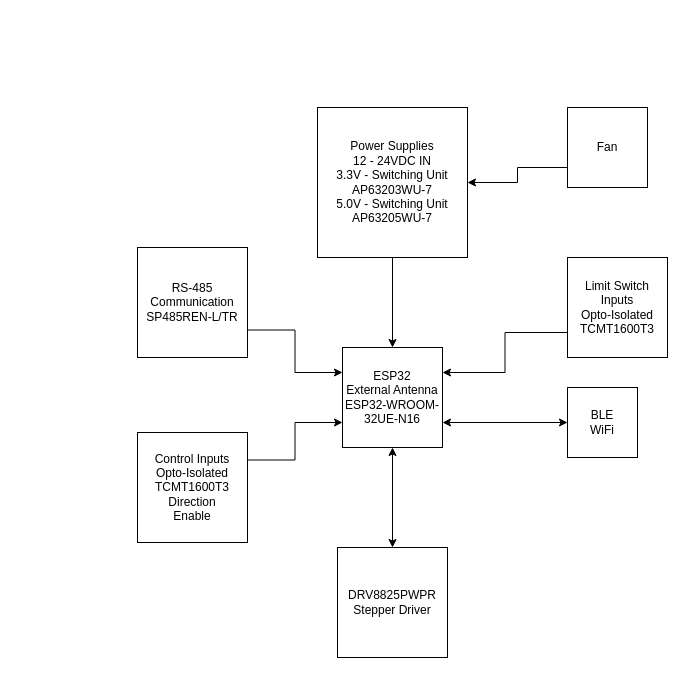
This is _Projects/P1012202501-ESP32_Stepper_Controller/ProjectDocuments/P1012202501 Operational Block Diagram.drawio from michaelshanedawson/TMF-QMS-TUTORIAL, a draw.io file, before an edit. Source tidied: cells renumbered, new cells numbered last; positions are measured from the earlier drawing's top-left corner, leaving out a move shared by most shapes. Both pictures are drawn from the tidied source at 100%, with x=0, y=0 at pixel (137, 107).
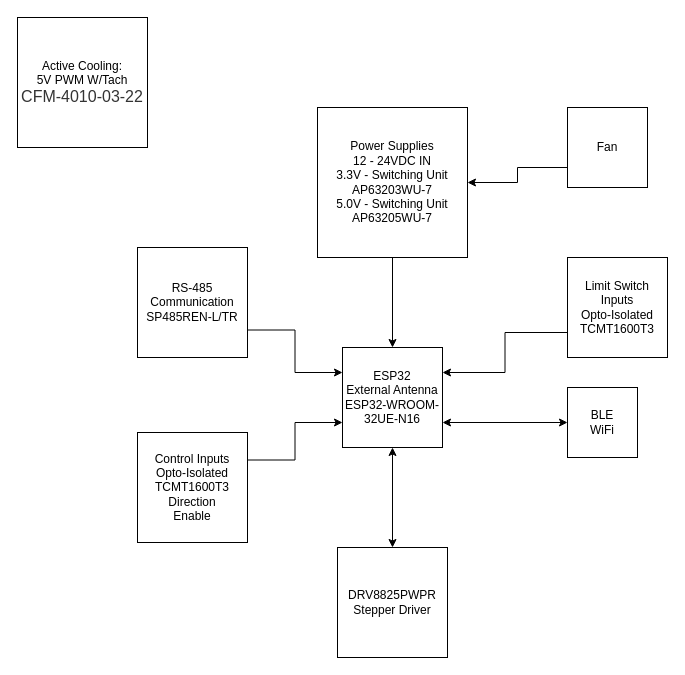
After the change.

The edit, as a diff of the source:
```diff
@@
 <mxGraphModel>
   <root>
     <mxCell id="0" />
     <mxCell id="1" parent="0" />
     <mxCell id="2" style="edgeStyle=orthogonalEdgeStyle;rounded=0;jettySize=auto;html=1;exitX=1;exitY=0.75;exitDx=0;exitDy=0;entryX=0;entryY=0.5;entryDx=0;entryDy=0;startArrow=classic;startFill=1;" parent="1" edge="1" source="3" target="16">
       <mxGeometry relative="1" as="geometry" />
     </mxCell>
     <mxCell id="3" value="ESP32&lt;div&gt;External Antenna&lt;/div&gt;&lt;div&gt;ESP32-WROOM-32UE-N16&lt;/div&gt;" style="whiteSpace=wrap;html=1;" parent="1" vertex="1">
       <mxGeometry x="205" y="240" width="100" height="100" as="geometry" />
     </mxCell>
     <mxCell id="4" value="DRV8825PWPR&lt;div&gt;Stepper Driver&lt;/div&gt;" style="whiteSpace=wrap;html=1;" parent="1" vertex="1">
       <mxGeometry x="200" y="440" width="110" height="110" as="geometry" />
     </mxCell>
     <mxCell id="5" style="endArrow=classic;startArrow=classic;html=1;rounded=0;entryX=0.5;entryY=1;entryDx=0;entryDy=0;exitX=0.5;exitY=0;exitDx=0;exitDy=0;" parent="1" edge="1" source="4" target="3">
       <mxGeometry relative="1" as="geometry" />
     </mxCell>
     <mxCell id="6" style="edgeStyle=orthogonalEdgeStyle;rounded=0;jettySize=auto;html=1;exitX=0;exitY=0.75;exitDx=0;exitDy=0;entryX=1;entryY=0.25;entryDx=0;entryDy=0;" parent="1" edge="1" source="7" target="3">
       <mxGeometry relative="1" as="geometry" />
     </mxCell>
     <mxCell id="7" value="Limit Switch Inputs&lt;div&gt;Opto-Isolated&lt;/div&gt;&lt;div&gt;TCMT1600T3&lt;/div&gt;" style="whiteSpace=wrap;html=1;" parent="1" vertex="1">
       <mxGeometry x="430" y="150" width="100" height="100" as="geometry" />
     </mxCell>
     <mxCell id="8" style="edgeStyle=orthogonalEdgeStyle;rounded=0;jettySize=auto;html=1;exitX=0.5;exitY=1;exitDx=0;exitDy=0;entryX=0.5;entryY=0;entryDx=0;entryDy=0;" parent="1" edge="1" source="9" target="3">
       <mxGeometry relative="1" as="geometry" />
     </mxCell>
     <mxCell id="9" value="Power Supplies&lt;div&gt;12 - 24VDC IN&lt;br&gt;&lt;div&gt;3.3V - Switching Unit&lt;/div&gt;&lt;div&gt;AP63203WU-7&lt;/div&gt;&lt;div&gt;5.0V - Switching Unit&lt;/div&gt;&lt;div&gt;AP63205WU-7&lt;/div&gt;&lt;/div&gt;" style="whiteSpace=wrap;html=1;" parent="1" vertex="1">
       <mxGeometry x="180" width="150" height="150" as="geometry" />
     </mxCell>
     <mxCell id="10" style="edgeStyle=orthogonalEdgeStyle;rounded=0;jettySize=auto;html=1;exitX=1;exitY=0.75;exitDx=0;exitDy=0;entryX=0;entryY=0.25;entryDx=0;entryDy=0;" parent="1" edge="1" source="11" target="3">
       <mxGeometry relative="1" as="geometry" />
     </mxCell>
     <mxCell id="11" value="RS-485 Communication&lt;div&gt;SP485REN-L/TR&lt;/div&gt;" style="whiteSpace=wrap;html=1;" parent="1" vertex="1">
       <mxGeometry y="140" width="110" height="110" as="geometry" />
     </mxCell>
     <mxCell id="12" style="edgeStyle=orthogonalEdgeStyle;rounded=0;jettySize=auto;html=1;exitX=0;exitY=0.75;exitDx=0;exitDy=0;entryX=1;entryY=0.5;entryDx=0;entryDy=0;" parent="1" edge="1" source="13" target="9">
       <mxGeometry relative="1" as="geometry" />
     </mxCell>
     <mxCell id="13" value="Fan" style="whiteSpace=wrap;html=1;" parent="1" vertex="1">
       <mxGeometry x="430" width="80" height="80" as="geometry" />
     </mxCell>
     <mxCell id="14" style="edgeStyle=orthogonalEdgeStyle;rounded=0;jettySize=auto;html=1;exitX=1;exitY=0.25;exitDx=0;exitDy=0;entryX=0;entryY=0.75;entryDx=0;entryDy=0;" parent="1" edge="1" source="15" target="3">
       <mxGeometry relative="1" as="geometry" />
     </mxCell>
     <mxCell id="15" value="Control Inputs&lt;div&gt;Opto-Isolated&lt;/div&gt;&lt;div&gt;TCMT1600T3&lt;/div&gt;&lt;div&gt;Direction&lt;/div&gt;&lt;div&gt;Enable&lt;/div&gt;" style="whiteSpace=wrap;html=1;" parent="1" vertex="1">
       <mxGeometry y="325" width="110" height="110" as="geometry" />
     </mxCell>
     <mxCell id="16" value="BLE&lt;div&gt;WiFi&lt;/div&gt;" style="whiteSpace=wrap;html=1;" parent="1" vertex="1">
       <mxGeometry x="430" y="280" width="70" height="70" as="geometry" />
     </mxCell>
+    <mxCell id="17" value="Active Cooling:&lt;div&gt;5V PWM W/Tach&lt;/div&gt;&lt;div&gt;&lt;span style=&quot;color: rgb(51, 51, 51); font-family: Arial, Helvetica, sans-serif; font-size: 16px; text-align: left; background-color: rgb(255, 255, 255);&quot;&gt;CFM-4010-03-22&lt;/span&gt;&lt;/div&gt;" style="whiteSpace=wrap;html=1;" parent="1" vertex="1">
+      <mxGeometry x="-120" y="-90" width="130" height="130" as="geometry" />
+    </mxCell>
   </root>
 </mxGraphModel>
```
